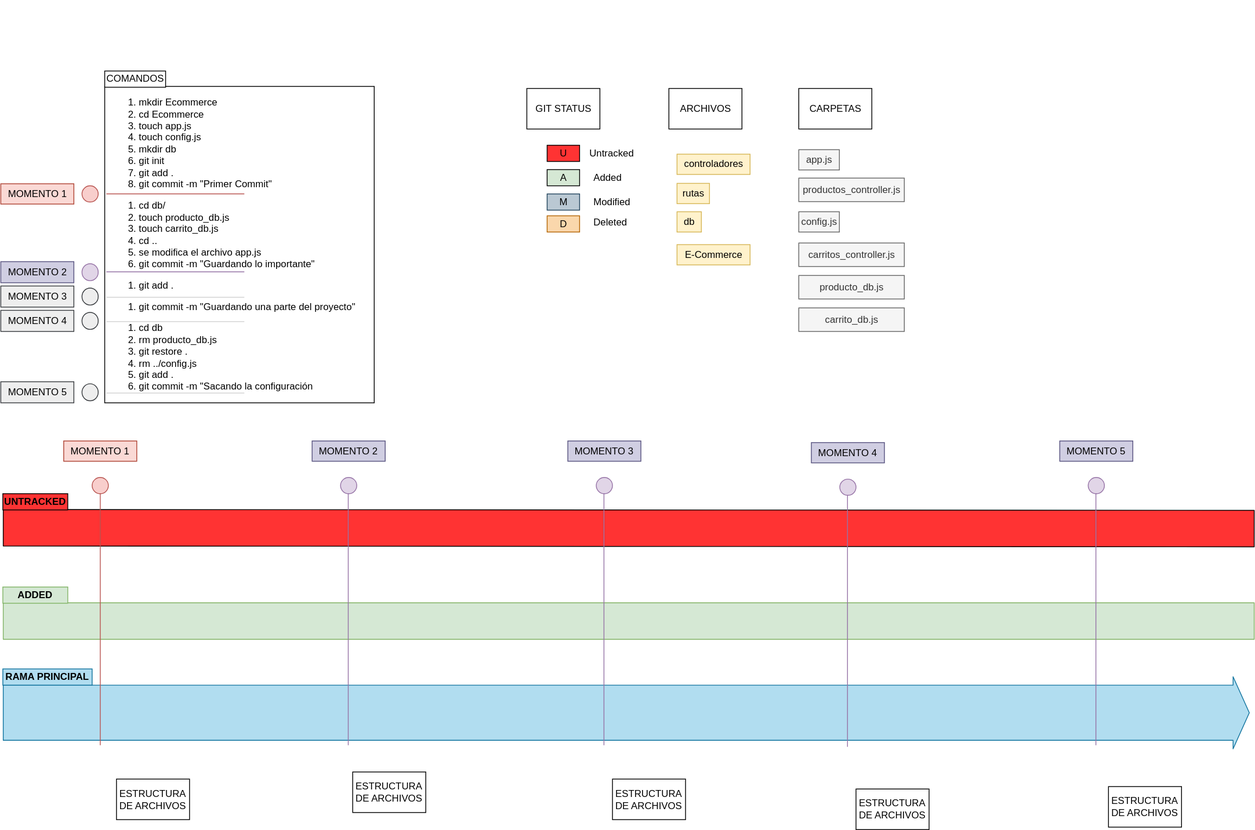
Above: Primera Entrega/Clase 4- Git/Ejercicio para mesas.drawio.svg in jpereyradh/Mochila_C30223 (draw.io), before the change. Source tidied: cells renumbered, new cells last; positions are measured from the earlier drawing's top-left corner, leaving out a move shared by most shapes.
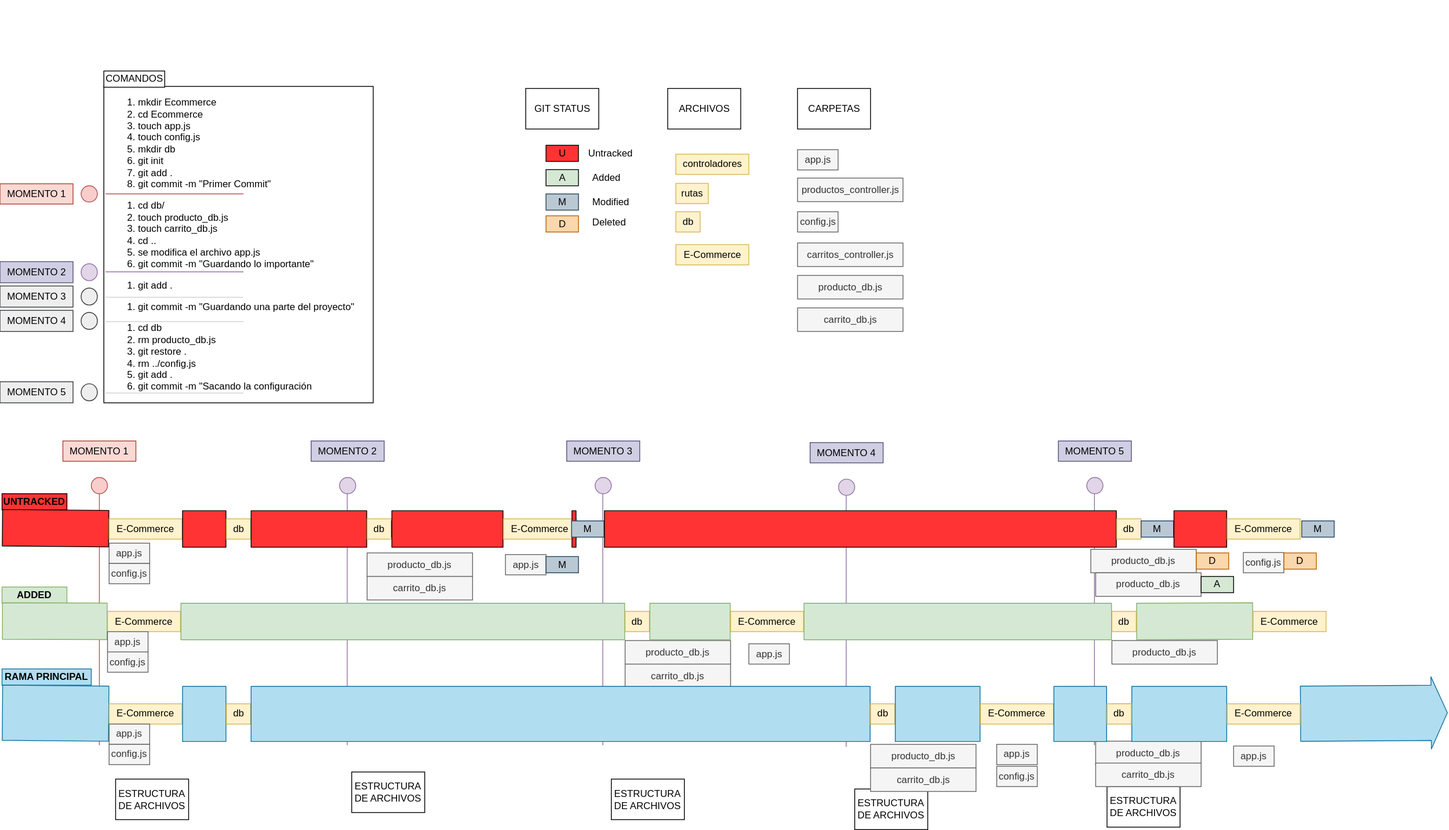
The same diagram one commit later.

What changed in the source:
```diff
@@ -2,15 +2,8 @@
   <root>
     <mxCell id="0" />
     <mxCell id="1" parent="0" />
-    <mxCell id="2" style="shape=flexArrow;endArrow=none;html=1;width=45;endSize=6.33;fillColor=#FF3333;endFill=0;" parent="1" edge="1">
-      <mxGeometry relative="1" as="geometry">
-        <mxPoint x="2" y="643" as="sourcePoint" />
-        <mxPoint x="1544" y="644" as="targetPoint" />
-      </mxGeometry>
-    </mxCell>
-    <mxCell id="3" style="shape=flexArrow;endArrow=none;html=1;width=45;endSize=6.33;fillColor=#d5e8d4;strokeColor=#82b366;endFill=0;" parent="1" edge="1">
+    <mxCell id="3" style="shape=flexArrow;endArrow=none;html=1;width=45;endSize=6.33;fillColor=#d5e8d4;strokeColor=#82b366;endFill=0;startArrow=none;" parent="1" edge="1" source="124">
       <mxGeometry relative="1" as="geometry">
-        <mxPoint x="2" y="758" as="sourcePoint" />
         <mxPoint x="1544" y="758" as="targetPoint" />
       </mxGeometry>
     </mxCell>
@@ -20,10 +13,9 @@
     <mxCell id="5" value="ADDED" style="rounded=0;whiteSpace=wrap;html=1;fillColor=#d5e8d4;strokeColor=#82b366;fontStyle=1;" parent="1" vertex="1">
       <mxGeometry x="2" y="716" width="80" height="20" as="geometry" />
     </mxCell>
-    <mxCell id="6" style="shape=flexArrow;endArrow=classic;html=1;width=68;endSize=6.33;fillColor=#b1ddf0;strokeColor=#10739e;" parent="1" edge="1">
+    <mxCell id="6" style="shape=flexArrow;endArrow=classic;html=1;width=68;endSize=6.33;fillColor=#b1ddf0;strokeColor=#10739e;startArrow=none;" parent="1" edge="1" source="131">
       <mxGeometry relative="1" as="geometry">
-        <mxPoint x="2" y="871" as="sourcePoint" />
-        <mxPoint x="1538" y="871" as="targetPoint" />
+        <mxPoint x="1784" y="871" as="targetPoint" />
       </mxGeometry>
     </mxCell>
     <mxCell id="7" value="RAMA PRINCIPAL" style="rounded=0;whiteSpace=wrap;html=1;fillColor=#b1ddf0;strokeColor=#10739e;fontStyle=1;" parent="1" vertex="1">
@@ -244,5 +236,215 @@
     <mxCell id="67" value="&lt;span&gt;ESTRUCTURA&lt;/span&gt;&lt;br&gt;&lt;span&gt;DE ARCHIVOS&lt;/span&gt;" style="rounded=0;whiteSpace=wrap;html=1;" parent="1" vertex="1">
       <mxGeometry x="1364" y="962" width="90" height="50" as="geometry" />
     </mxCell>
+    <mxCell id="68" style="shape=flexArrow;endArrow=none;html=1;width=45;endSize=6.33;fillColor=#FF3333;endFill=0;" parent="1" edge="1" target="69">
+      <mxGeometry relative="1" as="geometry">
+        <mxPoint x="2" y="643" as="sourcePoint" />
+      </mxGeometry>
+    </mxCell>
+    <mxCell id="69" value="E-Commerce" style="rounded=0;whiteSpace=wrap;html=1;fillColor=#fff2cc;strokeColor=#d6b656;" parent="1" vertex="1">
+      <mxGeometry x="134" y="632" width="90" height="25" as="geometry" />
+    </mxCell>
+    <mxCell id="70" value="app.js" style="rounded=0;whiteSpace=wrap;html=1;fillColor=#f5f5f5;strokeColor=#666666;fontColor=#333333;" parent="1" vertex="1">
+      <mxGeometry x="134" y="662" width="50" height="25" as="geometry" />
+    </mxCell>
+    <mxCell id="71" value="config.js" style="rounded=0;whiteSpace=wrap;html=1;fillColor=#f5f5f5;strokeColor=#666666;fontColor=#333333;" parent="1" vertex="1">
+      <mxGeometry x="134" y="687" width="50" height="25" as="geometry" />
+    </mxCell>
+    <mxCell id="72" style="shape=flexArrow;endArrow=none;html=1;width=45;endSize=6.33;fillColor=#FF3333;endFill=0;startArrow=none;" parent="1" edge="1" source="69" target="73">
+      <mxGeometry relative="1" as="geometry" />
+    </mxCell>
+    <mxCell id="73" value="db" style="rounded=0;whiteSpace=wrap;html=1;fillColor=#fff2cc;strokeColor=#d6b656;" parent="1" vertex="1">
+      <mxGeometry x="278.5" y="632" width="30" height="25" as="geometry" />
+    </mxCell>
+    <mxCell id="74" style="shape=flexArrow;endArrow=none;html=1;width=45;endSize=6.33;fillColor=#d5e8d4;strokeColor=#82b366;endFill=0;" parent="1" edge="1" target="75">
+      <mxGeometry relative="1" as="geometry">
+        <mxPoint x="2" y="758" as="sourcePoint" />
+      </mxGeometry>
+    </mxCell>
+    <mxCell id="75" value="E-Commerce" style="rounded=0;whiteSpace=wrap;html=1;fillColor=#fff2cc;strokeColor=#d6b656;" parent="1" vertex="1">
+      <mxGeometry x="132" y="746" width="90" height="25" as="geometry" />
+    </mxCell>
+    <mxCell id="76" value="app.js" style="rounded=0;whiteSpace=wrap;html=1;fillColor=#f5f5f5;strokeColor=#666666;fontColor=#333333;" parent="1" vertex="1">
+      <mxGeometry x="132" y="771" width="50" height="25" as="geometry" />
+    </mxCell>
+    <mxCell id="77" value="config.js" style="rounded=0;whiteSpace=wrap;html=1;fillColor=#f5f5f5;strokeColor=#666666;fontColor=#333333;" parent="1" vertex="1">
+      <mxGeometry x="132" y="796" width="50" height="25" as="geometry" />
+    </mxCell>
+    <mxCell id="78" value="db" style="rounded=0;whiteSpace=wrap;html=1;fillColor=#fff2cc;strokeColor=#d6b656;" parent="1" vertex="1">
+      <mxGeometry x="278.5" y="746" width="30" height="25" as="geometry" />
+    </mxCell>
+    <mxCell id="79" style="shape=flexArrow;endArrow=none;html=1;width=68;endSize=6.33;fillColor=#b1ddf0;strokeColor=#10739e;" parent="1" edge="1" target="80">
+      <mxGeometry relative="1" as="geometry">
+        <mxPoint x="2" y="871" as="sourcePoint" />
+      </mxGeometry>
+    </mxCell>
+    <mxCell id="80" value="E-Commerce" style="rounded=0;whiteSpace=wrap;html=1;fillColor=#fff2cc;strokeColor=#d6b656;" parent="1" vertex="1">
+      <mxGeometry x="134" y="860" width="90" height="25" as="geometry" />
+    </mxCell>
+    <mxCell id="81" value="app.js" style="rounded=0;whiteSpace=wrap;html=1;fillColor=#f5f5f5;strokeColor=#666666;fontColor=#333333;" parent="1" vertex="1">
+      <mxGeometry x="134" y="885" width="50" height="25" as="geometry" />
+    </mxCell>
+    <mxCell id="82" value="config.js" style="rounded=0;whiteSpace=wrap;html=1;fillColor=#f5f5f5;strokeColor=#666666;fontColor=#333333;" parent="1" vertex="1">
+      <mxGeometry x="134" y="910" width="50" height="25" as="geometry" />
+    </mxCell>
+    <mxCell id="83" style="shape=flexArrow;endArrow=none;html=1;width=68;endSize=6.33;fillColor=#b1ddf0;strokeColor=#10739e;startArrow=none;" parent="1" edge="1" source="80" target="84">
+      <mxGeometry relative="1" as="geometry" />
+    </mxCell>
+    <mxCell id="84" value="db" style="rounded=0;whiteSpace=wrap;html=1;fillColor=#fff2cc;strokeColor=#d6b656;" parent="1" vertex="1">
+      <mxGeometry x="278.5" y="860" width="30" height="25" as="geometry" />
+    </mxCell>
+    <mxCell id="85" style="shape=flexArrow;endArrow=none;html=1;width=45;endSize=6.33;fillColor=#FF3333;endFill=0;startArrow=none;" parent="1" edge="1" source="73" target="86">
+      <mxGeometry relative="1" as="geometry" />
+    </mxCell>
+    <mxCell id="86" value="db" style="rounded=0;whiteSpace=wrap;html=1;fillColor=#fff2cc;strokeColor=#d6b656;" parent="1" vertex="1">
+      <mxGeometry x="452" y="632" width="30" height="25" as="geometry" />
+    </mxCell>
+    <mxCell id="87" value="M" style="rounded=0;whiteSpace=wrap;html=1;fillColor=#bac8d3;strokeColor=#23445d;" parent="1" vertex="1">
+      <mxGeometry x="482" y="634.5" width="40" height="20" as="geometry" />
+    </mxCell>
+    <mxCell id="88" value="producto_db.js" style="rounded=0;whiteSpace=wrap;html=1;fillColor=#f5f5f5;strokeColor=#666666;fontColor=#333333;" parent="1" vertex="1">
+      <mxGeometry x="452" y="674" width="130" height="29" as="geometry" />
+    </mxCell>
+    <mxCell id="89" value="carrito_db.js" style="rounded=0;whiteSpace=wrap;html=1;fillColor=#f5f5f5;strokeColor=#666666;fontColor=#333333;" parent="1" vertex="1">
+      <mxGeometry x="452" y="703" width="130" height="29" as="geometry" />
+    </mxCell>
+    <mxCell id="90" value="app.js" style="rounded=0;whiteSpace=wrap;html=1;fillColor=#f5f5f5;strokeColor=#666666;fontColor=#333333;" parent="1" vertex="1">
+      <mxGeometry x="622.5" y="676" width="50" height="25" as="geometry" />
+    </mxCell>
+    <mxCell id="91" value="M" style="rounded=0;whiteSpace=wrap;html=1;fillColor=#bac8d3;strokeColor=#23445d;" parent="1" vertex="1">
+      <mxGeometry x="672.5" y="678.5" width="40" height="20" as="geometry" />
+    </mxCell>
+    <mxCell id="92" style="shape=flexArrow;endArrow=none;html=1;width=45;endSize=6.33;fillColor=#FF3333;endFill=0;startArrow=none;" parent="1" edge="1" source="86" target="93">
+      <mxGeometry relative="1" as="geometry" />
+    </mxCell>
+    <mxCell id="93" value="E-Commerce" style="rounded=0;whiteSpace=wrap;html=1;fillColor=#fff2cc;strokeColor=#d6b656;" parent="1" vertex="1">
+      <mxGeometry x="620" y="632" width="90" height="25" as="geometry" />
+    </mxCell>
+    <mxCell id="94" style="shape=flexArrow;endArrow=none;html=1;width=45;endSize=6.33;fillColor=#FF3333;endFill=0;startArrow=none;" parent="1" edge="1" source="93" target="95">
+      <mxGeometry relative="1" as="geometry" />
+    </mxCell>
+    <mxCell id="95" value="M" style="rounded=0;whiteSpace=wrap;html=1;fillColor=#bac8d3;strokeColor=#23445d;" parent="1" vertex="1">
+      <mxGeometry x="704" y="634.5" width="40" height="20" as="geometry" />
+    </mxCell>
+    <mxCell id="96" style="shape=flexArrow;endArrow=none;html=1;width=45;endSize=6.33;fillColor=#d5e8d4;strokeColor=#82b366;endFill=0;startArrow=none;" parent="1" edge="1" source="75" target="97">
+      <mxGeometry relative="1" as="geometry" />
+    </mxCell>
+    <mxCell id="97" value="db" style="rounded=0;whiteSpace=wrap;html=1;fillColor=#fff2cc;strokeColor=#d6b656;" parent="1" vertex="1">
+      <mxGeometry x="770" y="746" width="30" height="25" as="geometry" />
+    </mxCell>
+    <mxCell id="98" value="producto_db.js" style="rounded=0;whiteSpace=wrap;html=1;fillColor=#f5f5f5;strokeColor=#666666;fontColor=#333333;" parent="1" vertex="1">
+      <mxGeometry x="770" y="782" width="130" height="29" as="geometry" />
+    </mxCell>
+    <mxCell id="99" value="carrito_db.js" style="rounded=0;whiteSpace=wrap;html=1;fillColor=#f5f5f5;strokeColor=#666666;fontColor=#333333;" parent="1" vertex="1">
+      <mxGeometry x="770" y="811" width="130" height="29" as="geometry" />
+    </mxCell>
+    <mxCell id="100" style="shape=flexArrow;endArrow=none;html=1;width=45;endSize=6.33;fillColor=#d5e8d4;strokeColor=#82b366;endFill=0;startArrow=none;" parent="1" edge="1" source="97" target="101">
+      <mxGeometry relative="1" as="geometry" />
+    </mxCell>
+    <mxCell id="101" value="E-Commerce" style="rounded=0;whiteSpace=wrap;html=1;fillColor=#fff2cc;strokeColor=#d6b656;" parent="1" vertex="1">
+      <mxGeometry x="900" y="746" width="90" height="25" as="geometry" />
+    </mxCell>
+    <mxCell id="102" value="app.js" style="rounded=0;whiteSpace=wrap;html=1;fillColor=#f5f5f5;strokeColor=#666666;fontColor=#333333;" parent="1" vertex="1">
+      <mxGeometry x="922.5" y="786" width="50" height="25" as="geometry" />
+    </mxCell>
+    <mxCell id="103" style="shape=flexArrow;endArrow=none;html=1;width=68;endSize=6.33;fillColor=#b1ddf0;strokeColor=#10739e;startArrow=none;" parent="1" edge="1" source="84" target="104">
+      <mxGeometry relative="1" as="geometry" />
+    </mxCell>
+    <mxCell id="104" value="db" style="rounded=0;whiteSpace=wrap;html=1;fillColor=#fff2cc;strokeColor=#d6b656;" parent="1" vertex="1">
+      <mxGeometry x="1072.5" y="860" width="30" height="25" as="geometry" />
+    </mxCell>
+    <mxCell id="105" value="producto_db.js" style="rounded=0;whiteSpace=wrap;html=1;fillColor=#f5f5f5;strokeColor=#666666;fontColor=#333333;" parent="1" vertex="1">
+      <mxGeometry x="1072.5" y="910" width="130" height="29" as="geometry" />
+    </mxCell>
+    <mxCell id="106" value="carrito_db.js" style="rounded=0;whiteSpace=wrap;html=1;fillColor=#f5f5f5;strokeColor=#666666;fontColor=#333333;" parent="1" vertex="1">
+      <mxGeometry x="1072.5" y="939" width="130" height="29" as="geometry" />
+    </mxCell>
+    <mxCell id="107" style="shape=flexArrow;endArrow=none;html=1;width=68;endSize=6.33;fillColor=#b1ddf0;strokeColor=#10739e;startArrow=none;" parent="1" edge="1" source="104" target="108">
+      <mxGeometry relative="1" as="geometry" />
+    </mxCell>
+    <mxCell id="108" value="E-Commerce" style="rounded=0;whiteSpace=wrap;html=1;fillColor=#fff2cc;strokeColor=#d6b656;" parent="1" vertex="1">
+      <mxGeometry x="1208" y="860" width="90" height="25" as="geometry" />
+    </mxCell>
+    <mxCell id="109" value="app.js" style="rounded=0;whiteSpace=wrap;html=1;fillColor=#f5f5f5;strokeColor=#666666;fontColor=#333333;" parent="1" vertex="1">
+      <mxGeometry x="1228" y="910" width="50" height="25" as="geometry" />
+    </mxCell>
+    <mxCell id="110" style="shape=flexArrow;endArrow=none;html=1;width=45;endSize=6.33;fillColor=#FF3333;endFill=0;startArrow=none;" parent="1" edge="1" source="95" target="111">
+      <mxGeometry relative="1" as="geometry" />
+    </mxCell>
+    <mxCell id="111" value="db" style="rounded=0;whiteSpace=wrap;html=1;fillColor=#fff2cc;strokeColor=#d6b656;" parent="1" vertex="1">
+      <mxGeometry x="1376" y="632" width="30" height="25" as="geometry" />
+    </mxCell>
+    <mxCell id="112" style="shape=flexArrow;endArrow=none;html=1;width=45;endSize=6.33;fillColor=#FF3333;endFill=0;startArrow=none;" parent="1" edge="1" source="111" target="113">
+      <mxGeometry relative="1" as="geometry" />
+    </mxCell>
+    <mxCell id="113" value="M" style="rounded=0;whiteSpace=wrap;html=1;fillColor=#bac8d3;strokeColor=#23445d;" parent="1" vertex="1">
+      <mxGeometry x="1406" y="634.5" width="40" height="20" as="geometry" />
+    </mxCell>
+    <mxCell id="114" style="shape=flexArrow;endArrow=none;html=1;width=45;endSize=6.33;fillColor=#FF3333;endFill=0;startArrow=none;" parent="1" edge="1" source="113" target="115">
+      <mxGeometry relative="1" as="geometry" />
+    </mxCell>
+    <mxCell id="115" value="E-Commerce" style="rounded=0;whiteSpace=wrap;html=1;fillColor=#fff2cc;strokeColor=#d6b656;" parent="1" vertex="1">
+      <mxGeometry x="1512" y="632" width="90" height="25" as="geometry" />
+    </mxCell>
+    <mxCell id="116" value="M" style="rounded=0;whiteSpace=wrap;html=1;fillColor=#bac8d3;strokeColor=#23445d;" parent="1" vertex="1">
+      <mxGeometry x="1604" y="634.5" width="40" height="20" as="geometry" />
+    </mxCell>
+    <mxCell id="117" value="producto_db.js" style="rounded=0;whiteSpace=wrap;html=1;fillColor=#f5f5f5;strokeColor=#666666;fontColor=#333333;" parent="1" vertex="1">
+      <mxGeometry x="1344" y="669.5" width="130" height="29" as="geometry" />
+    </mxCell>
+    <mxCell id="118" value="D" style="rounded=0;whiteSpace=wrap;html=1;fillColor=#fad7ac;strokeColor=#b46504;" parent="1" vertex="1">
+      <mxGeometry x="1474" y="674" width="40" height="20" as="geometry" />
+    </mxCell>
+    <mxCell id="119" value="config.js" style="rounded=0;whiteSpace=wrap;html=1;fillColor=#f5f5f5;strokeColor=#666666;fontColor=#333333;" parent="1" vertex="1">
+      <mxGeometry x="1532" y="673.5" width="50" height="25" as="geometry" />
+    </mxCell>
+    <mxCell id="120" value="D" style="rounded=0;whiteSpace=wrap;html=1;fillColor=#fad7ac;strokeColor=#b46504;" parent="1" vertex="1">
+      <mxGeometry x="1582" y="674" width="40" height="20" as="geometry" />
+    </mxCell>
+    <mxCell id="121" value="producto_db.js" style="rounded=0;whiteSpace=wrap;html=1;fillColor=#f5f5f5;strokeColor=#666666;fontColor=#333333;" parent="1" vertex="1">
+      <mxGeometry x="1350" y="698.5" width="130" height="29" as="geometry" />
+    </mxCell>
+    <mxCell id="122" value="A" style="rounded=0;whiteSpace=wrap;html=1;fillColor=#D5E8D4;" parent="1" vertex="1">
+      <mxGeometry x="1480" y="703" width="40" height="20" as="geometry" />
+    </mxCell>
+    <mxCell id="123" style="shape=flexArrow;endArrow=none;html=1;width=45;endSize=6.33;fillColor=#d5e8d4;strokeColor=#82b366;endFill=0;startArrow=none;" parent="1" edge="1" source="101" target="124">
+      <mxGeometry relative="1" as="geometry" />
+    </mxCell>
+    <mxCell id="124" value="db" style="rounded=0;whiteSpace=wrap;html=1;fillColor=#fff2cc;strokeColor=#d6b656;" parent="1" vertex="1">
+      <mxGeometry x="1370" y="746" width="30" height="25" as="geometry" />
+    </mxCell>
+    <mxCell id="125" value="producto_db.js" style="rounded=0;whiteSpace=wrap;html=1;fillColor=#f5f5f5;strokeColor=#666666;fontColor=#333333;" parent="1" vertex="1">
+      <mxGeometry x="1370" y="782" width="130" height="29" as="geometry" />
+    </mxCell>
+    <mxCell id="126" value="E-Commerce" style="rounded=0;whiteSpace=wrap;html=1;fillColor=#fff2cc;strokeColor=#d6b656;" parent="1" vertex="1">
+      <mxGeometry x="1544" y="746" width="90" height="25" as="geometry" />
+    </mxCell>
+    <mxCell id="127" value="db" style="rounded=0;whiteSpace=wrap;html=1;fillColor=#fff2cc;strokeColor=#d6b656;" parent="1" vertex="1">
+      <mxGeometry x="1370" y="860" width="30" height="25" as="geometry" />
+    </mxCell>
+    <mxCell id="128" value="producto_db.js" style="rounded=0;whiteSpace=wrap;html=1;fillColor=#f5f5f5;strokeColor=#666666;fontColor=#333333;" parent="1" vertex="1">
+      <mxGeometry x="1350" y="906" width="130" height="29" as="geometry" />
+    </mxCell>
+    <mxCell id="129" value="carrito_db.js" style="rounded=0;whiteSpace=wrap;html=1;fillColor=#f5f5f5;strokeColor=#666666;fontColor=#333333;" parent="1" vertex="1">
+      <mxGeometry x="1350" y="933" width="130" height="29" as="geometry" />
+    </mxCell>
+    <mxCell id="130" style="shape=flexArrow;endArrow=none;html=1;width=68;endSize=6.33;fillColor=#b1ddf0;strokeColor=#10739e;startArrow=none;" parent="1" edge="1" source="133" target="131">
+      <mxGeometry relative="1" as="geometry" />
+    </mxCell>
+    <mxCell id="131" value="E-Commerce" style="rounded=0;whiteSpace=wrap;html=1;fillColor=#fff2cc;strokeColor=#d6b656;" parent="1" vertex="1">
+      <mxGeometry x="1512" y="860" width="90" height="25" as="geometry" />
+    </mxCell>
+    <mxCell id="132" style="shape=flexArrow;endArrow=none;html=1;width=68;endSize=6.33;fillColor=#b1ddf0;strokeColor=#10739e;startArrow=none;" parent="1" edge="1" source="108" target="133">
+      <mxGeometry relative="1" as="geometry" />
+    </mxCell>
+    <mxCell id="133" value="db" style="rounded=0;whiteSpace=wrap;html=1;fillColor=#fff2cc;strokeColor=#d6b656;" parent="1" vertex="1">
+      <mxGeometry x="1364" y="860" width="30" height="25" as="geometry" />
+    </mxCell>
+    <mxCell id="134" value="app.js" style="rounded=0;whiteSpace=wrap;html=1;fillColor=#f5f5f5;strokeColor=#666666;fontColor=#333333;" parent="1" vertex="1">
+      <mxGeometry x="1520" y="912" width="50" height="25" as="geometry" />
+    </mxCell>
+    <mxCell id="135" value="config.js" style="rounded=0;whiteSpace=wrap;html=1;fillColor=#f5f5f5;strokeColor=#666666;fontColor=#333333;" parent="1" vertex="1">
+      <mxGeometry x="1228" y="937" width="50" height="25" as="geometry" />
+    </mxCell>
   </root>
 </mxGraphModel>
```
